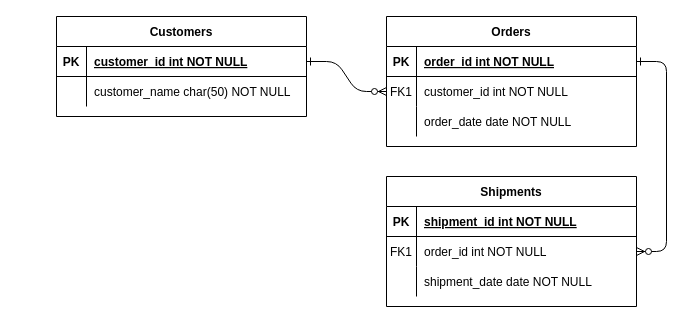
Before: Untitled Diagram.drawio in KosVor69/ksc, a draw.io diagram. Source tidied: cells renumbered, new cells numbered last; positions are measured from the earlier drawing's top-left corner, leaving out a move shared by most shapes. Both pictures are drawn from the tidied source at 100%, with x=0, y=0 at pixel (56, 16).
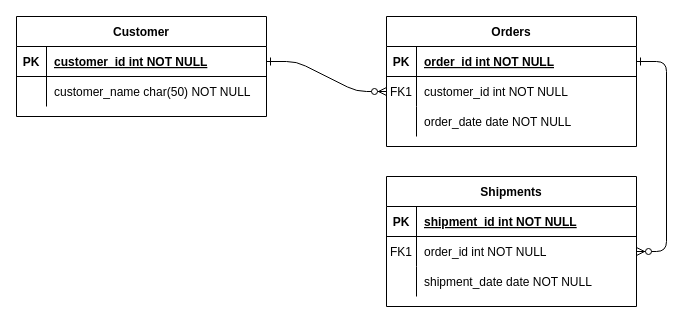
After the change.

Change to the diagram source:
```diff
@@
-    <mxCell id="24" value="Customers" style="shape=table;startSize=30;childLayout=tableLayout;rowLines=0;fontStyle=1;align=center;" parent="1" vertex="1">
-      <mxGeometry width="250" height="100" as="geometry" />
+    <mxCell id="24" value="Customer" style="shape=table;startSize=30;childLayout=tableLayout;rowLines=0;fontStyle=1;align=center;" parent="1" vertex="1">
+      <mxGeometry x="-40" width="250" height="100" as="geometry" />
     </mxCell>
```
